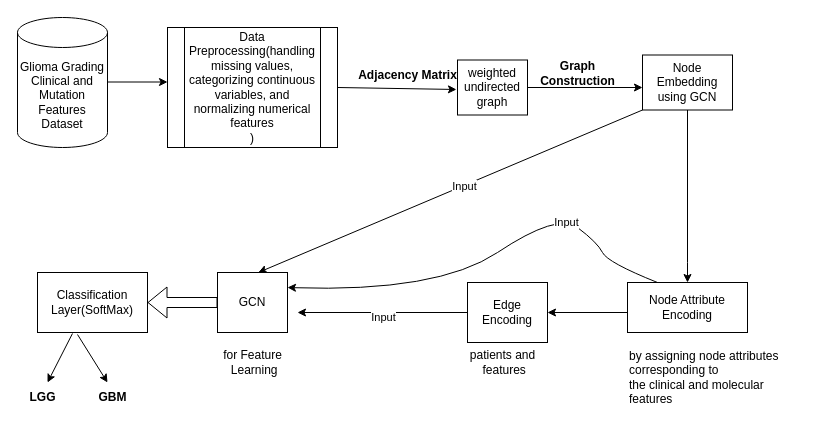
Before: glioma.drawio in Sumaiya-uiu/AI_Lab_Assignments, a draw.io diagram. Source tidied: cells renumbered, new cells numbered last; positions are measured from the earlier drawing's top-left corner, leaving out a move shared by most shapes. Both pictures are drawn from the tidied source at 100%, with x=0, y=0 at pixel (17, 17).
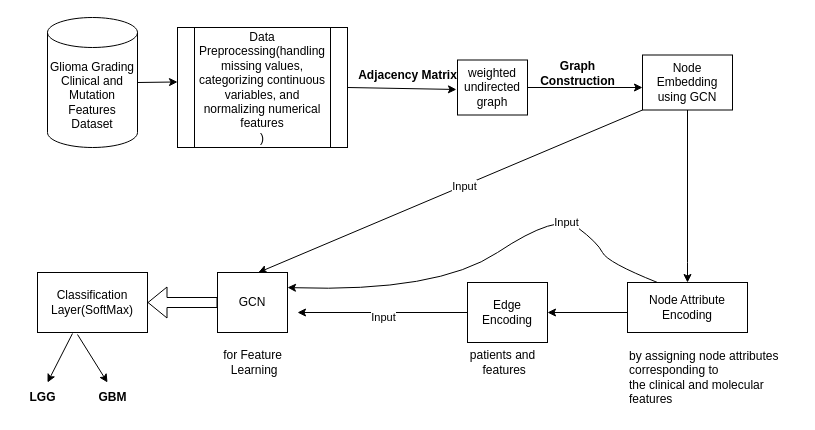
The same page after the edit.

What changed in the source:
```diff
@@
     <mxCell id="2" value="Glioma Grading Clinical and Mutation Features&lt;br&gt;Dataset" style="shape=cylinder3;whiteSpace=wrap;html=1;boundedLbl=1;backgroundOutline=1;size=15;" parent="1" vertex="1">
-      <mxGeometry width="90" height="130" as="geometry" />
+      <mxGeometry x="30" width="90" height="130" as="geometry" />
     </mxCell>
@@
-    <mxCell id="6" style="endArrow=classic;html=1;rounded=0;" parent="1" edge="1">
+    <mxCell id="6" style="endArrow=classic;html=1;rounded=0;entryX=0;entryY=0.454;entryDx=0;entryDy=0;entryPerimeter=0;" parent="1" edge="1" target="7">
       <mxGeometry relative="1" as="geometry">
-        <mxPoint x="90" y="64.5" as="sourcePoint" />
-        <mxPoint x="150" y="64.5" as="targetPoint" />
+        <mxPoint x="120" y="65" as="sourcePoint" />
       </mxGeometry>
     </mxCell>
     <mxCell id="7" value="Data Preprocessing(handling missing values, categorizing continuous variables, and normalizing numerical features&lt;br&gt;)" style="shape=process;whiteSpace=wrap;html=1;backgroundOutline=1;" parent="1" vertex="1">
-      <mxGeometry x="150" y="10" width="170" height="120" as="geometry" />
+      <mxGeometry x="160" y="10" width="170" height="120" as="geometry" />
     </mxCell>
```
